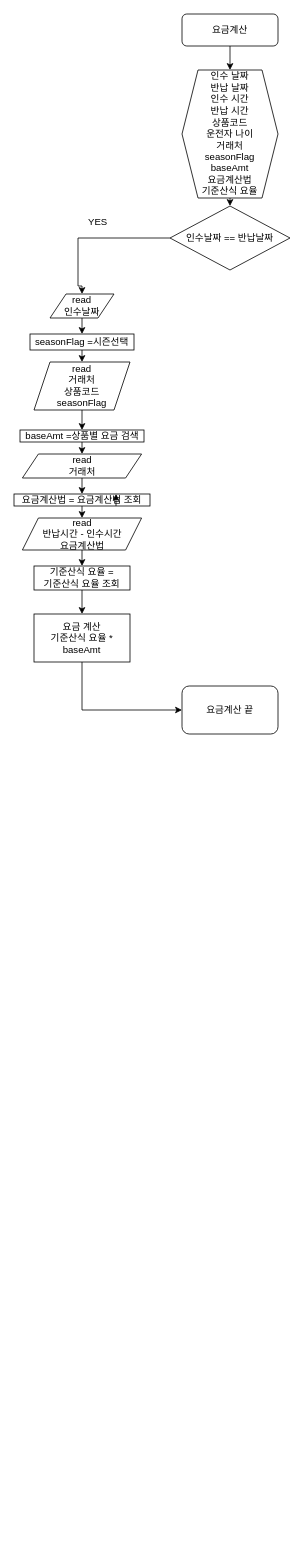
This is AmtCalc.drawio from nsnnsn12/TestProject, a draw.io file, before an edit. Source tidied: cells renumbered, new cells numbered last; positions are measured from the earlier drawing's top-left corner, leaving out a move shared by most shapes. Both pictures are drawn from the tidied source at 80%, with x=0, y=0 at pixel (14, 14).
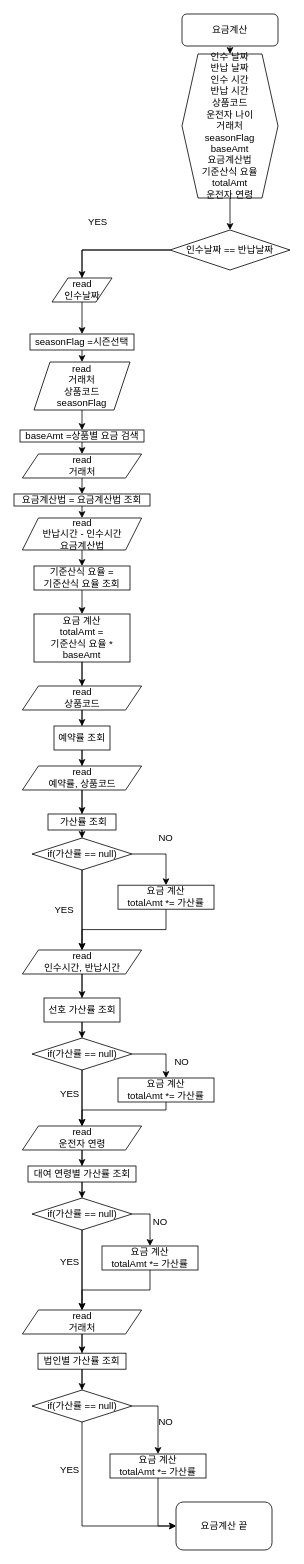
The same diagram, later.

Unchanged cells that the change refers to:
```xml
<mxCell id="22" value="요금계산법 = 요금계산법 조회" style="rounded=0;whiteSpace=wrap;html=1;" parent="1" vertex="1">
  <mxGeometry y="600" width="170" height="15" as="geometry" />
</mxCell>
```

Diff of the diagram source:
```diff
@@
-    <mxCell id="5" value="인수 날짜&lt;br&gt;반납 날짜&lt;br&gt;인수 시간&lt;br&gt;반납 시간&lt;br&gt;상품코드&lt;br&gt;운전자 나이&lt;br&gt;거래처&lt;br&gt;seasonFlag&lt;br&gt;baseAmt&lt;br&gt;요금계산법&lt;br&gt;기준산식 요율" style="shape=hexagon;perimeter=hexagonPerimeter2;whiteSpace=wrap;html=1;fixedSize=1;" parent="1" vertex="1">
-      <mxGeometry x="210" y="70" width="120" height="160" as="geometry" />
+    <mxCell id="5" value="인수 날짜&lt;br&gt;반납 날짜&lt;br&gt;인수 시간&lt;br&gt;반납 시간&lt;br&gt;상품코드&lt;br&gt;운전자 나이&lt;br&gt;거래처&lt;br&gt;seasonFlag&lt;br&gt;baseAmt&lt;br&gt;요금계산법&lt;br&gt;기준산식 요율&lt;br&gt;totalAmt&lt;br&gt;운전자 연령" style="shape=hexagon;perimeter=hexagonPerimeter2;whiteSpace=wrap;html=1;fixedSize=1;" parent="1" vertex="1">
+      <mxGeometry x="210" y="50" width="120" height="180" as="geometry" />
     </mxCell>
     <mxCell id="6" style="edgeStyle=orthogonalEdgeStyle;rounded=0;jettySize=auto;html=1;exitX=0;exitY=0.5;exitDx=0;exitDy=0;entryX=0.5;entryY=0;entryDx=0;entryDy=0;" parent="1" edge="1" source="7" target="13">
       <mxGeometry relative="1" as="geometry">
         <Array as="points">
-          <mxPoint x="80" y="280" />
-          <mxPoint x="80" y="340" />
-          <mxPoint x="85" y="340" />
+          <mxPoint x="85" y="295" />
+          <mxPoint x="85" y="350" />
         </Array>
       </mxGeometry>
     </mxCell>
+    <mxCell id="29" style="edgeStyle=orthogonalEdgeStyle;rounded=0;jettySize=auto;html=1;exitX=0;exitY=0.5;exitDx=0;exitDy=0;entryX=0.5;entryY=0;entryDx=0;entryDy=0;" parent="1" edge="1" source="7" target="13">
+      <mxGeometry relative="1" as="geometry" />
+    </mxCell>
     <mxCell id="7" value="인수날짜 == 반납날짜" style="rhombus;whiteSpace=wrap;html=1;" parent="1" vertex="1">
-      <mxGeometry x="195" y="240" width="150" height="80" as="geometry" />
+      <mxGeometry x="195" y="270" width="150" height="50" as="geometry" />
     </mxCell>
@@
     <mxCell id="13" value="read&lt;br&gt;인수날짜" style="shape=parallelogram;perimeter=parallelogramPerimeter;whiteSpace=wrap;html=1;fixedSize=1;" parent="1" vertex="1">
-      <mxGeometry x="45" y="350" width="80" height="30" as="geometry" />
+      <mxGeometry x="47.5" y="330" width="75" height="30" as="geometry" />
     </mxCell>
@@
-    <mxCell id="23" style="edgeStyle=orthogonalEdgeStyle;rounded=0;orthogonalLoop=1;jettySize=auto;html=1;exitX=0.75;exitY=1;exitDx=0;exitDy=0;entryX=0.75;entryY=0;entryDx=0;entryDy=0;" parent="1" edge="1" source="22" target="22">
-      <mxGeometry relative="1" as="geometry" />
-    </mxCell>
@@
+    <mxCell id="30" style="edgeStyle=orthogonalEdgeStyle;rounded=0;jettySize=auto;html=1;exitX=0.5;exitY=1;exitDx=0;exitDy=0;entryX=0.5;entryY=0;entryDx=0;entryDy=0;" parent="1" edge="1" source="27" target="32">
+      <mxGeometry relative="1" as="geometry" />
+    </mxCell>
-    <mxCell id="27" value="요금 계산&lt;br&gt;기준산식 요율 * baseAmt" style="rounded=0;whiteSpace=wrap;html=1;" parent="1" vertex="1">
+    <mxCell id="27" value="요금 계산&lt;br&gt;totalAmt =&lt;br&gt;기준산식 요율 * baseAmt" style="rounded=0;whiteSpace=wrap;html=1;" parent="1" vertex="1">
       <mxGeometry x="25" y="750" width="120" height="60" as="geometry" />
     </mxCell>
     <mxCell id="28" value="요금계산 끝" style="rounded=1;whiteSpace=wrap;html=1;" parent="1" vertex="1">
-      <mxGeometry x="210" y="840" width="120" height="60" as="geometry" />
+      <mxGeometry x="202.5" y="1860" width="120" height="60" as="geometry" />
     </mxCell>
+    <mxCell id="31" style="edgeStyle=orthogonalEdgeStyle;rounded=0;jettySize=auto;html=1;exitX=0.5;exitY=1;exitDx=0;exitDy=0;entryX=0.5;entryY=0;entryDx=0;entryDy=0;" parent="1" edge="1" source="32" target="34">
+      <mxGeometry relative="1" as="geometry" />
+    </mxCell>
+    <mxCell id="32" value="read&lt;br&gt;상품코드" style="shape=parallelogram;perimeter=parallelogramPerimeter;whiteSpace=wrap;html=1;fixedSize=1;" parent="1" vertex="1">
+      <mxGeometry x="10.5" y="840" width="149" height="30" as="geometry" />
+    </mxCell>
+    <mxCell id="33" style="edgeStyle=orthogonalEdgeStyle;rounded=0;jettySize=auto;html=1;exitX=0.5;exitY=1;exitDx=0;exitDy=0;entryX=0.5;entryY=0;entryDx=0;entryDy=0;" parent="1" edge="1" source="34" target="44">
+      <mxGeometry relative="1" as="geometry" />
+    </mxCell>
+    <mxCell id="34" value="예약률 조회" style="rounded=0;whiteSpace=wrap;html=1;" parent="1" vertex="1">
+      <mxGeometry x="50" y="890" width="70" height="30" as="geometry" />
+    </mxCell>
+    <mxCell id="35" style="edgeStyle=orthogonalEdgeStyle;rounded=0;jettySize=auto;html=1;exitX=0.5;exitY=1;exitDx=0;exitDy=0;entryX=0.5;entryY=0;entryDx=0;entryDy=0;" parent="1" edge="1" source="36" target="49">
+      <mxGeometry relative="1" as="geometry" />
+    </mxCell>
+    <mxCell id="36" value="&amp;nbsp;가산률 조회" style="rounded=0;whiteSpace=wrap;html=1;" parent="1" vertex="1">
+      <mxGeometry x="42.5" y="1000" width="85" height="20" as="geometry" />
+    </mxCell>
+    <mxCell id="37" style="edgeStyle=orthogonalEdgeStyle;rounded=0;jettySize=auto;html=1;exitX=0.5;exitY=1;exitDx=0;exitDy=0;entryX=0.5;entryY=0;entryDx=0;entryDy=0;" parent="1" edge="1" source="38" target="40">
+      <mxGeometry relative="1" as="geometry" />
+    </mxCell>
+    <mxCell id="38" value="read&lt;br&gt;인수시간, 반납시간" style="shape=parallelogram;perimeter=parallelogramPerimeter;whiteSpace=wrap;html=1;fixedSize=1;" parent="1" vertex="1">
+      <mxGeometry x="10.5" y="1170" width="149" height="30" as="geometry" />
+    </mxCell>
+    <mxCell id="39" style="edgeStyle=orthogonalEdgeStyle;rounded=0;jettySize=auto;html=1;exitX=0.5;exitY=1;exitDx=0;exitDy=0;entryX=0.5;entryY=0;entryDx=0;entryDy=0;" parent="1" edge="1" source="40" target="54">
+      <mxGeometry relative="1" as="geometry" />
+    </mxCell>
+    <mxCell id="40" value="선호 가산률 조회" style="rounded=0;whiteSpace=wrap;html=1;" parent="1" vertex="1">
+      <mxGeometry x="37.5" y="1230" width="95" height="30" as="geometry" />
+    </mxCell>
+    <mxCell id="41" style="edgeStyle=orthogonalEdgeStyle;rounded=0;jettySize=auto;html=1;exitX=0.5;exitY=1;exitDx=0;exitDy=0;entryX=0.5;entryY=0;entryDx=0;entryDy=0;" parent="1" edge="1" source="42" target="38">
+      <mxGeometry relative="1" as="geometry" />
+    </mxCell>
+    <mxCell id="42" value="요금 계산&lt;br&gt;totalAmt *= 가산률" style="rounded=0;whiteSpace=wrap;html=1;" parent="1" vertex="1">
+      <mxGeometry x="130" y="1089" width="120" height="30" as="geometry" />
+    </mxCell>
+    <mxCell id="43" style="edgeStyle=orthogonalEdgeStyle;rounded=0;jettySize=auto;html=1;exitX=0.5;exitY=1;exitDx=0;exitDy=0;entryX=0.5;entryY=0;entryDx=0;entryDy=0;" parent="1" edge="1" source="44" target="36">
+      <mxGeometry relative="1" as="geometry" />
+    </mxCell>
+    <mxCell id="44" value="read&lt;br&gt;예약률, 상품코드" style="shape=parallelogram;perimeter=parallelogramPerimeter;whiteSpace=wrap;html=1;fixedSize=1;" parent="1" vertex="1">
+      <mxGeometry x="10.5" y="940" width="149" height="30" as="geometry" />
+    </mxCell>
+    <mxCell id="45" style="edgeStyle=orthogonalEdgeStyle;rounded=0;jettySize=auto;html=1;exitX=0.5;exitY=1;exitDx=0;exitDy=0;entryX=0.5;entryY=0;entryDx=0;entryDy=0;" parent="1" edge="1" source="46" target="56">
+      <mxGeometry relative="1" as="geometry">
+        <Array as="points">
+          <mxPoint x="190" y="1370" />
+          <mxPoint x="85" y="1370" />
+        </Array>
+      </mxGeometry>
+    </mxCell>
+    <mxCell id="46" value="요금 계산&lt;br&gt;totalAmt *= 가산률" style="rounded=0;whiteSpace=wrap;html=1;" parent="1" vertex="1">
+      <mxGeometry x="130" y="1330" width="120" height="30" as="geometry" />
+    </mxCell>
+    <mxCell id="47" style="edgeStyle=orthogonalEdgeStyle;rounded=0;jettySize=auto;html=1;exitX=1;exitY=0.5;exitDx=0;exitDy=0;" parent="1" edge="1" source="49" target="42">
+      <mxGeometry relative="1" as="geometry" />
+    </mxCell>
+    <mxCell id="48" style="edgeStyle=orthogonalEdgeStyle;rounded=0;jettySize=auto;html=1;exitX=0.5;exitY=1;exitDx=0;exitDy=0;entryX=0.5;entryY=0;entryDx=0;entryDy=0;" parent="1" edge="1" source="49" target="38">
+      <mxGeometry relative="1" as="geometry" />
+    </mxCell>
+    <mxCell id="49" value="if(가산률 == null)" style="rhombus;whiteSpace=wrap;html=1;" parent="1" vertex="1">
+      <mxGeometry x="22.5" y="1030" width="125" height="40" as="geometry" />
+    </mxCell>
+    <mxCell id="50" value="NO" style="text;html=1;strokeColor=none;fillColor=none;align=center;verticalAlign=middle;whiteSpace=wrap;rounded=0;" parent="1" vertex="1">
+      <mxGeometry x="170" y="1020" width="40" height="20" as="geometry" />
+    </mxCell>
+    <mxCell id="51" value="YES" style="text;html=1;strokeColor=none;fillColor=none;align=center;verticalAlign=middle;whiteSpace=wrap;rounded=0;" parent="1" vertex="1">
+      <mxGeometry x="42.5" y="1110" width="40" height="20" as="geometry" />
+    </mxCell>
+    <mxCell id="52" style="edgeStyle=orthogonalEdgeStyle;rounded=0;jettySize=auto;html=1;exitX=1;exitY=0.5;exitDx=0;exitDy=0;entryX=0.5;entryY=0;entryDx=0;entryDy=0;" parent="1" edge="1" source="54" target="46">
+      <mxGeometry relative="1" as="geometry" />
+    </mxCell>
+    <mxCell id="53" style="edgeStyle=orthogonalEdgeStyle;rounded=0;jettySize=auto;html=1;exitX=0.5;exitY=1;exitDx=0;exitDy=0;entryX=0.5;entryY=0;entryDx=0;entryDy=0;" parent="1" edge="1" source="54" target="56">
+      <mxGeometry relative="1" as="geometry" />
+    </mxCell>
+    <mxCell id="54" value="if(가산률 == null)" style="rhombus;whiteSpace=wrap;html=1;" parent="1" vertex="1">
+      <mxGeometry x="22.5" y="1280" width="125" height="40" as="geometry" />
+    </mxCell>
+    <mxCell id="55" style="edgeStyle=orthogonalEdgeStyle;rounded=0;jettySize=auto;html=1;exitX=0.5;exitY=1;exitDx=0;exitDy=0;entryX=0.5;entryY=0;entryDx=0;entryDy=0;" parent="1" edge="1" source="56" target="58">
+      <mxGeometry relative="1" as="geometry" />
+    </mxCell>
+    <mxCell id="56" value="read&lt;br&gt;운전자 연령" style="shape=parallelogram;perimeter=parallelogramPerimeter;whiteSpace=wrap;html=1;fixedSize=1;" parent="1" vertex="1">
+      <mxGeometry x="10.5" y="1390" width="149" height="30" as="geometry" />
+    </mxCell>
+    <mxCell id="57" style="edgeStyle=orthogonalEdgeStyle;rounded=0;jettySize=auto;html=1;exitX=0.5;exitY=1;exitDx=0;exitDy=0;entryX=0.5;entryY=0;entryDx=0;entryDy=0;" parent="1" edge="1" source="58" target="61">
+      <mxGeometry relative="1" as="geometry" />
+    </mxCell>
+    <mxCell id="58" value="대여 연령별 가산률 조회" style="rounded=0;whiteSpace=wrap;html=1;" parent="1" vertex="1">
+      <mxGeometry x="17.5" y="1440" width="135" height="20" as="geometry" />
+    </mxCell>
+    <mxCell id="59" style="edgeStyle=orthogonalEdgeStyle;rounded=0;jettySize=auto;html=1;exitX=1;exitY=0.5;exitDx=0;exitDy=0;entryX=0.5;entryY=0;entryDx=0;entryDy=0;" parent="1" edge="1" source="61" target="63">
+      <mxGeometry relative="1" as="geometry" />
+    </mxCell>
+    <mxCell id="60" style="edgeStyle=orthogonalEdgeStyle;rounded=0;jettySize=auto;html=1;exitX=0.5;exitY=1;exitDx=0;exitDy=0;" parent="1" edge="1" source="61" target="69">
+      <mxGeometry relative="1" as="geometry" />
+    </mxCell>
+    <mxCell id="61" value="if(가산률 == null)" style="rhombus;whiteSpace=wrap;html=1;" parent="1" vertex="1">
+      <mxGeometry x="22.5" y="1480" width="125" height="40" as="geometry" />
+    </mxCell>
+    <mxCell id="62" style="edgeStyle=orthogonalEdgeStyle;rounded=0;jettySize=auto;html=1;exitX=0.5;exitY=1;exitDx=0;exitDy=0;" parent="1" edge="1" source="63" target="69">
+      <mxGeometry relative="1" as="geometry" />
+    </mxCell>
+    <mxCell id="63" value="요금 계산&lt;br&gt;totalAmt *= 가산률" style="rounded=0;whiteSpace=wrap;html=1;" parent="1" vertex="1">
+      <mxGeometry x="110" y="1540" width="120" height="30" as="geometry" />
+    </mxCell>
+    <mxCell id="64" value="NO" style="text;html=1;strokeColor=none;fillColor=none;align=center;verticalAlign=middle;whiteSpace=wrap;rounded=0;" parent="1" vertex="1">
+      <mxGeometry x="190" y="1300" width="40" height="20" as="geometry" />
+    </mxCell>
+    <mxCell id="65" value="YES" style="text;html=1;strokeColor=none;fillColor=none;align=center;verticalAlign=middle;whiteSpace=wrap;rounded=0;" parent="1" vertex="1">
+      <mxGeometry x="50" y="1340" width="40" height="20" as="geometry" />
+    </mxCell>
+    <mxCell id="66" value="NO" style="text;html=1;strokeColor=none;fillColor=none;align=center;verticalAlign=middle;whiteSpace=wrap;rounded=0;" parent="1" vertex="1">
+      <mxGeometry x="162.5" y="1500" width="40" height="20" as="geometry" />
+    </mxCell>
+    <mxCell id="67" value="YES" style="text;html=1;strokeColor=none;fillColor=none;align=center;verticalAlign=middle;whiteSpace=wrap;rounded=0;" parent="1" vertex="1">
+      <mxGeometry x="50" y="1550" width="40" height="20" as="geometry" />
+    </mxCell>
+    <mxCell id="68" style="edgeStyle=orthogonalEdgeStyle;rounded=0;jettySize=auto;html=1;exitX=0.5;exitY=1;exitDx=0;exitDy=0;entryX=0.5;entryY=0;entryDx=0;entryDy=0;" parent="1" edge="1" source="69" target="71">
+      <mxGeometry relative="1" as="geometry" />
+    </mxCell>
+    <mxCell id="69" value="read&lt;br&gt;거래처" style="shape=parallelogram;perimeter=parallelogramPerimeter;whiteSpace=wrap;html=1;fixedSize=1;" parent="1" vertex="1">
+      <mxGeometry x="10.5" y="1620" width="149" height="30" as="geometry" />
+    </mxCell>
+    <mxCell id="70" style="edgeStyle=orthogonalEdgeStyle;rounded=0;jettySize=auto;html=1;exitX=0.5;exitY=1;exitDx=0;exitDy=0;entryX=0.5;entryY=0;entryDx=0;entryDy=0;" parent="1" edge="1" source="71" target="73">
+      <mxGeometry relative="1" as="geometry" />
+    </mxCell>
+    <mxCell id="71" value="법인별 가산률 조회" style="rounded=0;whiteSpace=wrap;html=1;" parent="1" vertex="1">
+      <mxGeometry x="30" y="1674" width="110" height="20" as="geometry" />
+    </mxCell>
+    <mxCell id="72" style="edgeStyle=orthogonalEdgeStyle;rounded=0;jettySize=auto;html=1;exitX=1;exitY=0.5;exitDx=0;exitDy=0;entryX=0.5;entryY=0;entryDx=0;entryDy=0;" parent="1" edge="1" source="73" target="75">
+      <mxGeometry relative="1" as="geometry" />
+    </mxCell>
+    <mxCell id="73" value="if(가산률 == null)" style="rhombus;whiteSpace=wrap;html=1;" parent="1" vertex="1">
+      <mxGeometry x="22.5" y="1720" width="125" height="40" as="geometry" />
+    </mxCell>
+    <mxCell id="74" style="edgeStyle=orthogonalEdgeStyle;rounded=0;jettySize=auto;html=1;exitX=0.5;exitY=1;exitDx=0;exitDy=0;entryX=0;entryY=0.5;entryDx=0;entryDy=0;" parent="1" edge="1" source="75" target="28">
+      <mxGeometry relative="1" as="geometry" />
+    </mxCell>
+    <mxCell id="75" value="요금 계산&lt;br&gt;totalAmt *= 가산률" style="rounded=0;whiteSpace=wrap;html=1;" parent="1" vertex="1">
+      <mxGeometry x="120" y="1800" width="120" height="30" as="geometry" />
+    </mxCell>
+    <mxCell id="76" value="NO" style="text;html=1;strokeColor=none;fillColor=none;align=center;verticalAlign=middle;whiteSpace=wrap;rounded=0;" parent="1" vertex="1">
+      <mxGeometry x="170" y="1750" width="40" height="20" as="geometry" />
+    </mxCell>
+    <mxCell id="77" value="YES" style="text;html=1;strokeColor=none;fillColor=none;align=center;verticalAlign=middle;whiteSpace=wrap;rounded=0;" parent="1" vertex="1">
+      <mxGeometry x="50" y="1810" width="40" height="20" as="geometry" />
+    </mxCell>
```
